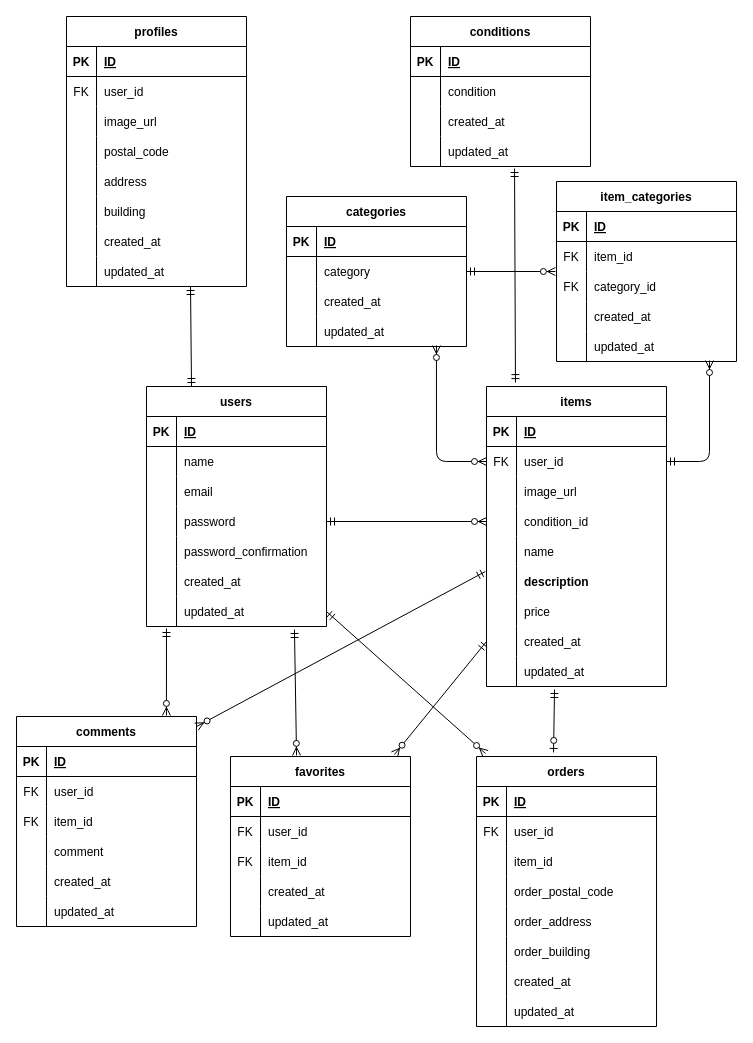
butterfly-39/mock_project1_20250127 keeps this draw.io diagram as diagram.drawio. Above is the earlier version. Source tidied: cells renumbered, new cells numbered last; positions are measured from the earlier drawing's top-left corner, leaving out a move shared by most shapes. Both pictures are drawn from the tidied source at 100%, with x=0, y=0 at pixel (16, 16).
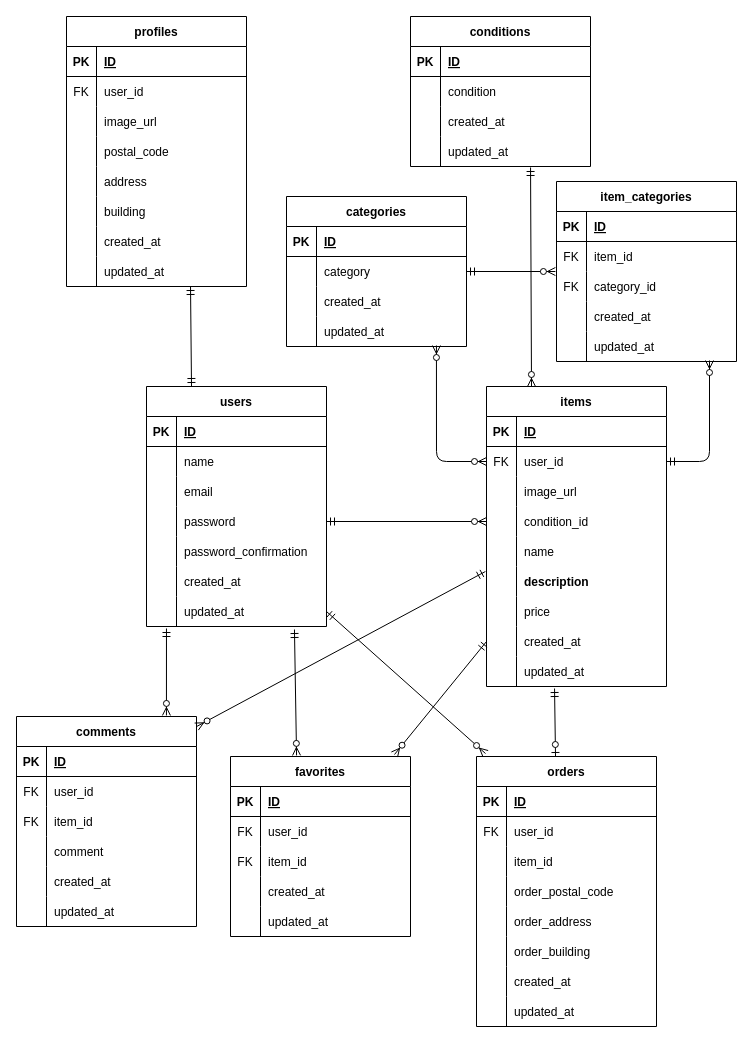
After the change.

The change refers to these unchanged cells:
```xml
<mxCell id="2" value="orders" style="shape=table;startSize=30;childLayout=tableLayout;rowLines=0;fontStyle=1;align=center;rounded=0;" parent="1" vertex="1">
  <mxGeometry x="460" y="740" width="180" height="270" as="geometry" />
</mxCell>
<mxCell id="62" value="items" style="shape=table;startSize=30;childLayout=tableLayout;rowLines=0;fontStyle=1;align=center;rounded=0;" parent="1" vertex="1">
  <mxGeometry x="470" y="370" width="180" height="300" as="geometry" />
</mxCell>
<mxCell id="87" style="shape=tableRow;horizontal=0;startSize=0;swimlaneHead=0;swimlaneBody=0;fillColor=none;points=[[0,0.5],[1,0.5]];portConstraint=eastwest;top=0;left=0;right=0;bottom=0;rounded=0;" parent="62" vertex="1">
  <mxGeometry y="270" width="180" height="30" as="geometry" />
</mxCell>
<mxCell id="100" style="shape=tableRow;horizontal=0;startSize=0;swimlaneHead=0;swimlaneBody=0;fillColor=none;points=[[0,0.5],[1,0.5]];portConstraint=eastwest;top=0;left=0;right=0;bottom=0;rounded=0;" parent="90" vertex="1">
  <mxGeometry y="120" width="180" height="30" as="geometry" />
</mxCell>
```

What changed in the source:
```diff
@@
-    <mxCell id="186" style="fontSize=12;html=1;endArrow=ERzeroToOne;startArrow=ERmandOne;entryX=0.428;entryY=-0.015;entryDx=0;entryDy=0;entryPerimeter=0;exitX=0.378;exitY=1.1;exitDx=0;exitDy=0;exitPerimeter=0;" parent="1" edge="1" source="87" target="2">
+    <mxCell id="186" style="fontSize=12;html=1;endArrow=ERzeroToOne;startArrow=ERmandOne;entryX=0.439;entryY=0;entryDx=0;entryDy=0;entryPerimeter=0;exitX=0.378;exitY=1.067;exitDx=0;exitDy=0;exitPerimeter=0;" parent="1" edge="1" source="87" target="2">
       <mxGeometry relative="1" as="geometry" />
     </mxCell>
-    <mxCell id="187" style="fontSize=12;html=1;endArrow=ERmandOne;startArrow=ERmandOne;entryX=0.578;entryY=1.067;entryDx=0;entryDy=0;entryPerimeter=0;exitX=0.161;exitY=-0.013;exitDx=0;exitDy=0;exitPerimeter=0;" parent="1" edge="1" source="62" target="100">
-      <mxGeometry relative="1" as="geometry" />
-    </mxCell>
@@
+    <mxCell id="191" style="fontSize=12;html=1;endArrow=ERzeroToMany;startArrow=ERmandOne;entryX=0.25;entryY=0;entryDx=0;entryDy=0;exitX=0.667;exitY=1.033;exitDx=0;exitDy=0;exitPerimeter=0;" parent="1" edge="1" source="100" target="62">
+      <mxGeometry relative="1" as="geometry" />
+    </mxCell>
```
